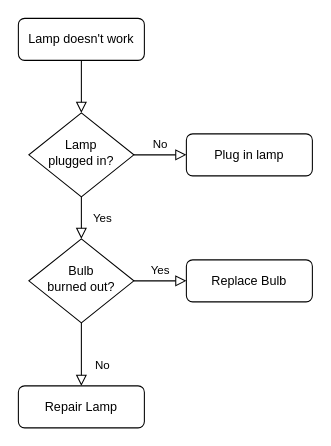
This is cyb590ppt.drawio from LLuviaHombreKano/Java-for-DevOps, a draw.io file, before an edit. Source tidied: cells renumbered, new cells numbered last; positions are measured from the earlier drawing's top-left corner, leaving out a move shared by most shapes. Both pictures are drawn from the tidied source at 105%, with x=0, y=0 at pixel (18, 18).
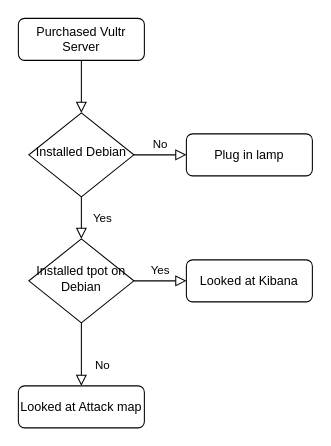
After the change.

Diff of the diagram source:
```diff
@@
 <mxGraphModel>
   <root>
     <mxCell id="0" />
     <mxCell id="1" parent="0" />
     <mxCell id="2" style="rounded=0;html=1;jettySize=auto;fontSize=11;endArrow=block;endFill=0;endSize=8;strokeWidth=1;shadow=0;labelBackgroundColor=none;edgeStyle=orthogonalEdgeStyle;" parent="1" edge="1" source="3" target="6">
       <mxGeometry relative="1" as="geometry" />
     </mxCell>
-    <mxCell id="3" value="Lamp doesn't work" style="rounded=1;whiteSpace=wrap;html=1;fontSize=12;glass=0;strokeWidth=1;shadow=0;" parent="1" vertex="1">
+    <mxCell id="3" value="Purchased Vultr Server" style="rounded=1;whiteSpace=wrap;html=1;fontSize=12;glass=0;strokeWidth=1;shadow=0;" parent="1" vertex="1">
       <mxGeometry width="120" height="40" as="geometry" />
     </mxCell>
     <mxCell id="4" value="Yes" style="rounded=0;html=1;jettySize=auto;fontSize=11;endArrow=block;endFill=0;endSize=8;strokeWidth=1;shadow=0;labelBackgroundColor=none;edgeStyle=orthogonalEdgeStyle;" parent="1" edge="1" source="6" target="10">
       <mxGeometry y="20" relative="1" as="geometry" />
     </mxCell>
     <mxCell id="5" value="No" style="edgeStyle=orthogonalEdgeStyle;rounded=0;html=1;jettySize=auto;fontSize=11;endArrow=block;endFill=0;endSize=8;strokeWidth=1;shadow=0;labelBackgroundColor=none;" parent="1" edge="1" source="6" target="7">
       <mxGeometry y="10" relative="1" as="geometry" />
     </mxCell>
-    <mxCell id="6" value="Lamp&lt;br&gt;plugged in?" style="rhombus;whiteSpace=wrap;html=1;shadow=0;fontFamily=Helvetica;fontSize=12;align=center;strokeWidth=1;spacing=6;spacingTop=-4;" parent="1" vertex="1">
+    <mxCell id="6" value="Installed Debian" style="rhombus;whiteSpace=wrap;html=1;shadow=0;fontFamily=Helvetica;fontSize=12;align=center;strokeWidth=1;spacing=6;spacingTop=-4;" parent="1" vertex="1">
       <mxGeometry x="10" y="90" width="100" height="80" as="geometry" />
     </mxCell>
     <mxCell id="7" value="Plug in lamp" style="rounded=1;whiteSpace=wrap;html=1;fontSize=12;glass=0;strokeWidth=1;shadow=0;" parent="1" vertex="1">
       <mxGeometry x="160" y="110" width="120" height="40" as="geometry" />
     </mxCell>
     <mxCell id="8" value="No" style="rounded=0;html=1;jettySize=auto;fontSize=11;endArrow=block;endFill=0;endSize=8;strokeWidth=1;shadow=0;labelBackgroundColor=none;edgeStyle=orthogonalEdgeStyle;" parent="1" edge="1" source="10" target="11">
       <mxGeometry x="0.33" y="20" relative="1" as="geometry" />
     </mxCell>
     <mxCell id="9" value="Yes" style="edgeStyle=orthogonalEdgeStyle;rounded=0;html=1;jettySize=auto;fontSize=11;endArrow=block;endFill=0;endSize=8;strokeWidth=1;shadow=0;labelBackgroundColor=none;" parent="1" edge="1" source="10" target="12">
       <mxGeometry y="10" relative="1" as="geometry" />
     </mxCell>
-    <mxCell id="10" value="Bulb&lt;br&gt;burned out?" style="rhombus;whiteSpace=wrap;html=1;shadow=0;fontFamily=Helvetica;fontSize=12;align=center;strokeWidth=1;spacing=6;spacingTop=-4;" parent="1" vertex="1">
+    <mxCell id="10" value="Installed tpot on Debian" style="rhombus;whiteSpace=wrap;html=1;shadow=0;fontFamily=Helvetica;fontSize=12;align=center;strokeWidth=1;spacing=6;spacingTop=-4;" parent="1" vertex="1">
       <mxGeometry x="10" y="210" width="100" height="80" as="geometry" />
     </mxCell>
-    <mxCell id="11" value="Repair Lamp" style="rounded=1;whiteSpace=wrap;html=1;fontSize=12;glass=0;strokeWidth=1;shadow=0;" parent="1" vertex="1">
+    <mxCell id="11" value="Looked at Attack map" style="rounded=1;whiteSpace=wrap;html=1;fontSize=12;glass=0;strokeWidth=1;shadow=0;" parent="1" vertex="1">
       <mxGeometry y="350" width="120" height="40" as="geometry" />
     </mxCell>
-    <mxCell id="12" value="Replace Bulb" style="rounded=1;whiteSpace=wrap;html=1;fontSize=12;glass=0;strokeWidth=1;shadow=0;" parent="1" vertex="1">
+    <mxCell id="12" value="Looked at Kibana" style="rounded=1;whiteSpace=wrap;html=1;fontSize=12;glass=0;strokeWidth=1;shadow=0;" parent="1" vertex="1">
       <mxGeometry x="160" y="230" width="120" height="40" as="geometry" />
     </mxCell>
   </root>
 </mxGraphModel>
```
